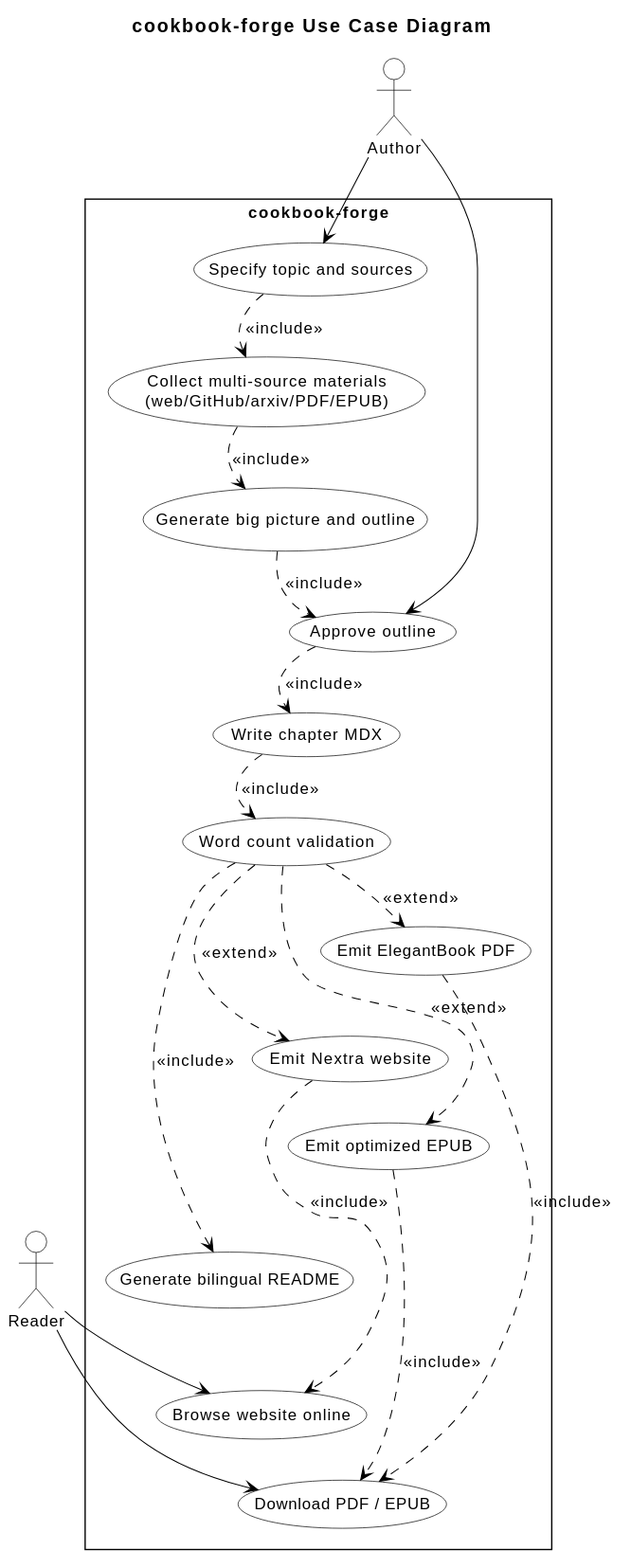
The PlantUML diagram assets/diagrams/usecase-en.svg in samonysh/cookbook-forge, before a commit.
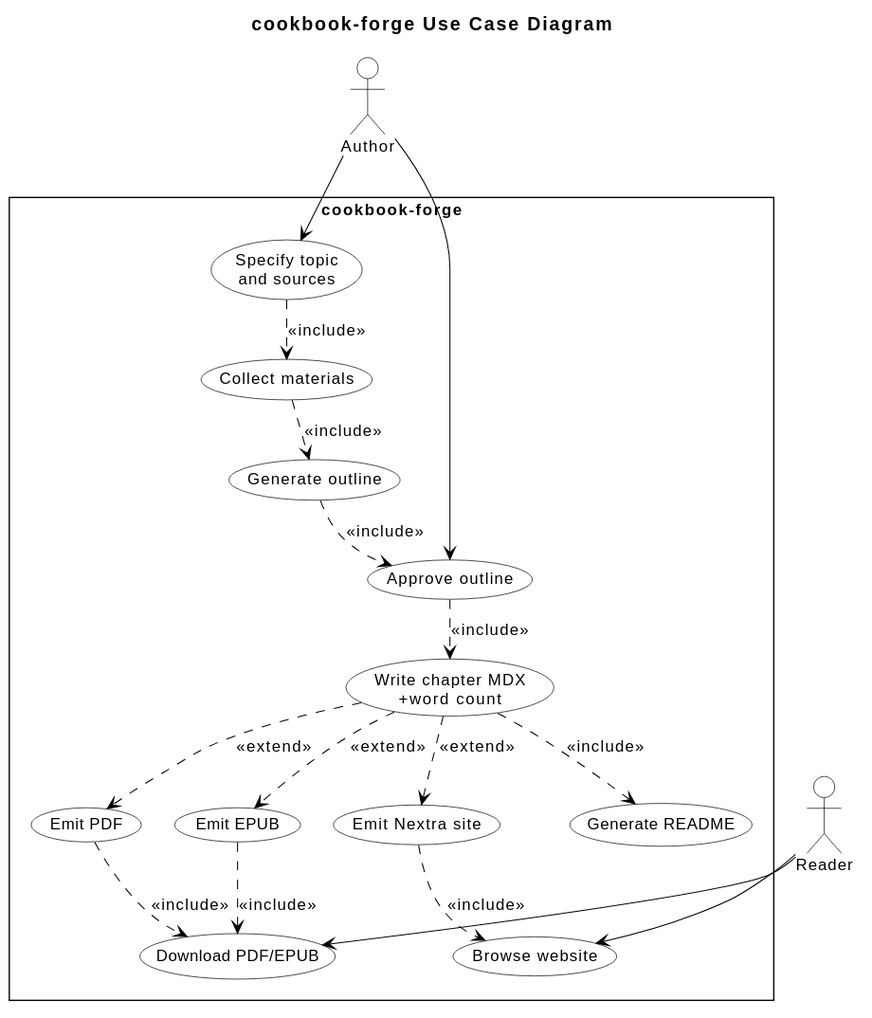
Above is the later version.

Change to the diagram source:
```diff
@@ -31,18 +31,17 @@
 actor Reader as READER
 
 rectangle "cookbook-forge" {
-  usecase "Specify topic and sources" as UC0
-  usecase "Collect multi-source materials\n(web/GitHub/arxiv/PDF/EPUB)" as UC1
-  usecase "Generate big picture and outline" as UC2
+  usecase "Specify topic\nand sources" as UC0
+  usecase "Collect materials" as UC1
+  usecase "Generate outline" as UC2
   usecase "Approve outline" as UC3
-  usecase "Write chapter MDX" as UC4
-  usecase "Word count validation" as UC5
-  usecase "Emit ElegantBook PDF" as UC6
-  usecase "Emit Nextra website" as UC7
-  usecase "Emit optimized EPUB" as UC8
-  usecase "Generate bilingual README" as UC9
-  usecase "Browse website online" as UC10
-  usecase "Download PDF / EPUB" as UC11
+  usecase "Write chapter MDX\n+word count" as UC4
+  usecase "Emit PDF" as UC6
+  usecase "Emit Nextra site" as UC7
+  usecase "Emit EPUB" as UC8
+  usecase "Generate README" as UC9
+  usecase "Browse website" as UC10
+  usecase "Download PDF/EPUB" as UC11
 }
 
 AUTHOR --> UC0
@@ -51,28 +50,19 @@
 UC1 ..> UC2 : <<include>>
 UC2 ..> UC3 : <<include>>
 UC3 ..> UC4 : <<include>>
-UC4 ..> UC5 : <<include>>
-UC5 ..> UC6 : <<extend>>
-UC5 ..> UC7 : <<extend>>
-UC5 ..> UC8 : <<extend>>
-UC5 ..> UC9 : <<include>>
+UC4 ..> UC6 : <<extend>>
+UC4 ..> UC7 : <<extend>>
+UC4 ..> UC8 : <<extend>>
+UC4 ..> UC9 : <<include>>
 UC7 ..> UC10 : <<include>>
 UC6 ..> UC11 : <<include>>
 UC8 ..> UC11 : <<include>>
 READER --> UC10
 READER --> UC11
 
-UC0 -[hidden]down- UC1
-UC1 -[hidden]down- UC2
-UC2 -[hidden]down- UC3
-UC3 -[hidden]down- UC4
-UC4 -[hidden]down- UC5
-
-UC6 -[hidden]down- UC7
-UC7 -[hidden]down- UC8
-UC8 -[hidden]down- UC9
-UC9 -[hidden]down- UC10
-UC10 -[hidden]down- UC11
-
-UC5 -[hidden]right- UC6
+UC0 -[hidden]down- UC6
+UC1 -[hidden]down- UC7
+UC2 -[hidden]down- UC8
+UC3 -[hidden]down- UC9
+UC4 -[hidden]down- UC10
 @enduml
```
